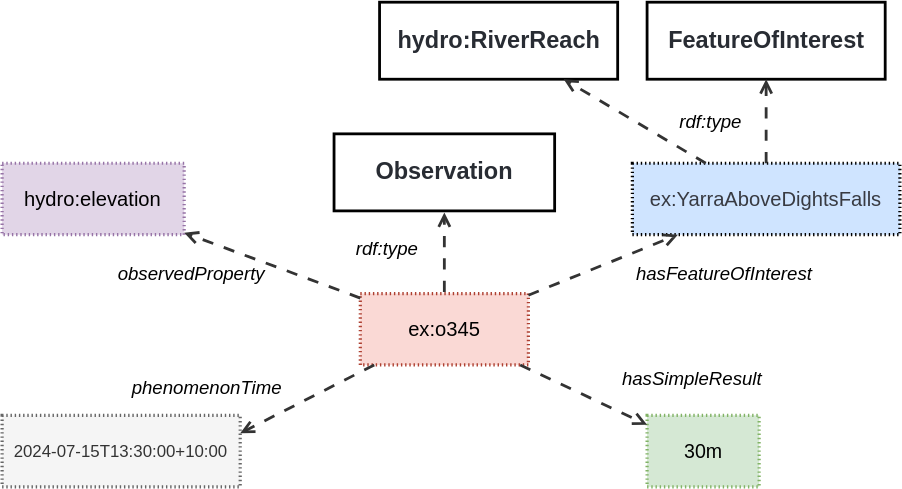
The draw.io diagram ssn/images/domain-feature-observed.svg in afeliachi/sdw-sosa-ssn, before a commit. Source tidied: cells renumbered, new cells last; positions are measured from the earlier drawing's top-left corner, leaving out a move shared by most shapes.
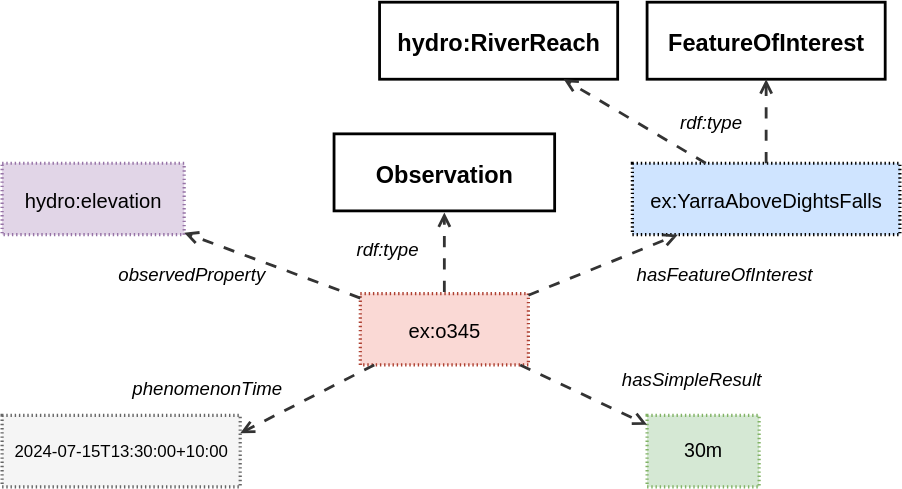
The same file after the commit.

What changed in the source:
```diff
@@ -2,67 +2,67 @@
   <root>
     <mxCell id="0" />
     <mxCell id="1" parent="0" />
-    <mxCell id="2" value="ex:o345" style="html=1;overflow=block;blockSpacing=1;whiteSpace=wrap;fontSize=14.4;fontFamily=Helvetica;align=center;spacing=0;strokeOpacity=100;fillOpacity=100;fillColor=#fad9d5;dashed=1;fixDash=1;dashPattern=1 2;strokeWidth=2.3;strokeColor=#ae4132;" parent="1" vertex="1">
+    <mxCell id="2" value="ex:o345" style="html=1;overflow=block;blockSpacing=1;whiteSpace=wrap;fontSize=14.4;fontFamily=Helvetica;align=center;spacing=0;strokeOpacity=100;fillOpacity=100;fillColor=#fad9d5;dashed=1;fixDash=1;dashPattern=1 2;strokeWidth=2.3;strokeColor=#ae4132;fontColor=default;convertToSvg=1;" parent="1" vertex="1">
       <mxGeometry x="255.8" y="208" width="120" height="51" as="geometry" />
     </mxCell>
-    <mxCell id="3" value="Observation" style="html=1;overflow=block;blockSpacing=1;whiteSpace=wrap;fontSize=16.8;fontColor=#282c33;fontStyle=1;align=center;spacing=0;strokeOpacity=100;fillOpacity=0;fillColor=#000000;strokeWidth=2;" parent="1" vertex="1">
+    <mxCell id="3" value="Observation" style="html=1;overflow=block;blockSpacing=1;whiteSpace=wrap;fontSize=16.8;fontColor=default;fontStyle=1;align=center;spacing=0;strokeOpacity=100;fillOpacity=0;fillColor=#000000;strokeWidth=2;convertToSvg=1;" parent="1" vertex="1">
       <mxGeometry x="237" y="94" width="157.5" height="55" as="geometry" />
     </mxCell>
-    <mxCell id="4" value="rdf:type" style="html=1;overflow=block;blockSpacing=1;whiteSpace=wrap;fontSize=13.3;fontStyle=2;align=left;spacing=3.8;verticalAlign=top;strokeColor=none;fillOpacity=0;fillColor=#ffffff;dashed=1;fixDash=1;dashPattern=16 6;strokeWidth=0;lucidId=0ZtLoD1I2n68;" parent="1" vertex="1">
+    <mxCell id="4" value="rdf:type" style="html=1;overflow=block;blockSpacing=1;whiteSpace=wrap;fontSize=13.3;fontStyle=2;align=left;spacing=3.8;verticalAlign=top;strokeColor=none;fillOpacity=0;fillColor=#ffffff;dashed=1;fixDash=1;dashPattern=16 6;strokeWidth=0;lucidId=0ZtLoD1I2n68;fontColor=default;convertToSvg=1;" parent="1" vertex="1">
       <mxGeometry x="250" y="166" width="70" height="28" as="geometry" />
     </mxCell>
-    <mxCell id="5" style="html=1;jettySize=18;whiteSpace=wrap;fontSize=13;strokeColor=#333333;strokeOpacity=100;dashed=1;fixDash=1;dashPattern=8 8;strokeWidth=2;rounded=0;startArrow=none;endArrow=open;exitX=0.5;exitY=-0.022;exitPerimeter=0;entryX=0.5;entryY=1.021;entryPerimeter=0;lucidId=0ZtLjH5MFli1;" parent="1" edge="1" source="2" target="3">
+    <mxCell id="5" style="html=1;jettySize=18;whiteSpace=wrap;fontSize=13;strokeColor=#333333;strokeOpacity=100;dashed=1;fixDash=1;dashPattern=8 8;strokeWidth=2;rounded=0;startArrow=none;endArrow=open;exitX=0.5;exitY=-0.022;exitPerimeter=0;entryX=0.5;entryY=1.021;entryPerimeter=0;lucidId=0ZtLjH5MFli1;fontColor=default;convertToSvg=1;" parent="1" edge="1" source="2" target="3">
       <mxGeometry relative="1" as="geometry" />
     </mxCell>
-    <mxCell id="6" value="ex:YarraAboveDightsFalls" style="html=1;overflow=block;blockSpacing=1;whiteSpace=wrap;fontSize=14.4;fontFamily=Helvetica;fontColor=#383a42;align=center;spacing=0;strokeOpacity=100;fillOpacity=100;fillColor=#cfe4ff;dashed=1;fixDash=1;dashPattern=1 2;strokeWidth=2.3;" parent="1" vertex="1">
+    <mxCell id="6" value="ex:YarraAboveDightsFalls" style="html=1;overflow=block;blockSpacing=1;whiteSpace=wrap;fontSize=14.4;fontFamily=Helvetica;fontColor=default;align=center;spacing=0;strokeOpacity=100;fillOpacity=100;fillColor=#cfe4ff;dashed=1;fixDash=1;dashPattern=1 2;strokeWidth=2.3;convertToSvg=1;" parent="1" vertex="1">
       <mxGeometry x="450" y="115" width="191" height="51" as="geometry" />
     </mxCell>
-    <mxCell id="7" value="hydro:elevation" style="html=1;overflow=block;blockSpacing=1;whiteSpace=wrap;fontSize=14.4;fontFamily=Helvetica;align=center;spacing=0;strokeOpacity=100;fillOpacity=100;fillColor=#e1d5e7;dashed=1;fixDash=1;dashPattern=1 2;strokeWidth=2.3;strokeColor=#9673a6;" parent="1" vertex="1">
+    <mxCell id="7" value="hydro:elevation" style="html=1;overflow=block;blockSpacing=1;whiteSpace=wrap;fontSize=14.4;fontFamily=Helvetica;align=center;spacing=0;strokeOpacity=100;fillOpacity=100;fillColor=#e1d5e7;dashed=1;fixDash=1;dashPattern=1 2;strokeWidth=2.3;strokeColor=#9673a6;fontColor=default;convertToSvg=1;" parent="1" vertex="1">
       <mxGeometry y="115" width="130" height="51" as="geometry" />
     </mxCell>
-    <mxCell id="8" value="&lt;font style=&quot;font-size: 12px;&quot;&gt;2024-07-15T13:30:00+10:00&lt;/font&gt;" style="html=1;overflow=block;blockSpacing=1;whiteSpace=wrap;fontSize=10;fontFamily=Helvetica;fontColor=#333333;align=center;spacing=0;strokeOpacity=100;fillOpacity=100;fillColor=#f5f5f5;dashed=1;fixDash=1;dashPattern=1 2;strokeWidth=2.3;strokeColor=#666666;" parent="1" vertex="1">
+    <mxCell id="8" value="&lt;font style=&quot;font-size: 12px;&quot;&gt;2024-07-15T13:30:00+10:00&lt;/font&gt;" style="html=1;overflow=block;blockSpacing=1;whiteSpace=wrap;fontSize=10;fontFamily=Helvetica;fontColor=default;align=center;spacing=0;strokeOpacity=100;fillOpacity=100;fillColor=#f5f5f5;dashed=1;fixDash=1;dashPattern=1 2;strokeWidth=2.3;strokeColor=#666666;convertToSvg=1;" parent="1" vertex="1">
       <mxGeometry y="295" width="170" height="51" as="geometry" />
     </mxCell>
-    <mxCell id="9" style="html=1;jettySize=18;whiteSpace=wrap;fontSize=13;strokeColor=#333333;strokeOpacity=100;dashed=1;fixDash=1;dashPattern=8 8;strokeWidth=2;rounded=0;startArrow=none;endArrow=open;lucidId=0ZtL0HBQd7HC;" parent="1" edge="1" source="2" target="6">
+    <mxCell id="9" style="html=1;jettySize=18;whiteSpace=wrap;fontSize=13;strokeColor=#333333;strokeOpacity=100;dashed=1;fixDash=1;dashPattern=8 8;strokeWidth=2;rounded=0;startArrow=none;endArrow=open;lucidId=0ZtL0HBQd7HC;fontColor=default;convertToSvg=1;" parent="1" edge="1" source="2" target="6">
       <mxGeometry relative="1" as="geometry" />
     </mxCell>
-    <mxCell id="10" style="html=1;jettySize=18;whiteSpace=wrap;fontSize=13;strokeColor=#333333;strokeOpacity=100;dashed=1;fixDash=1;dashPattern=8 8;strokeWidth=2;rounded=0;startArrow=none;endArrow=open;lucidId=0ZtL0HBQd7HC;" parent="1" edge="1" source="2" target="7">
+    <mxCell id="10" style="html=1;jettySize=18;whiteSpace=wrap;fontSize=13;strokeColor=#333333;strokeOpacity=100;dashed=1;fixDash=1;dashPattern=8 8;strokeWidth=2;rounded=0;startArrow=none;endArrow=open;lucidId=0ZtL0HBQd7HC;fontColor=default;convertToSvg=1;" parent="1" edge="1" source="2" target="7">
       <mxGeometry relative="1" as="geometry" />
     </mxCell>
-    <mxCell id="11" style="html=1;jettySize=18;whiteSpace=wrap;fontSize=13;strokeColor=#333333;strokeOpacity=100;dashed=1;fixDash=1;dashPattern=8 8;strokeWidth=2;rounded=0;startArrow=none;endArrow=open;lucidId=0ZtL0HBQd7HC;entryX=1;entryY=0.25;entryDx=0;entryDy=0;" parent="1" edge="1" source="2" target="8">
+    <mxCell id="11" style="html=1;jettySize=18;whiteSpace=wrap;fontSize=13;strokeColor=#333333;strokeOpacity=100;dashed=1;fixDash=1;dashPattern=8 8;strokeWidth=2;rounded=0;startArrow=none;endArrow=open;lucidId=0ZtL0HBQd7HC;entryX=1;entryY=0.25;entryDx=0;entryDy=0;fontColor=default;convertToSvg=1;" parent="1" edge="1" source="2" target="8">
       <mxGeometry relative="1" as="geometry" />
     </mxCell>
-    <mxCell id="12" value="phenomenonTime" style="html=1;overflow=block;blockSpacing=1;whiteSpace=wrap;fontSize=13.3;fontStyle=2;align=left;spacing=3.8;verticalAlign=top;strokeColor=none;fillOpacity=0;fillColor=#ffffff;dashed=1;fixDash=1;dashPattern=16 6;strokeWidth=0;lucidId=0ZtLjIqilOCG;" parent="1" vertex="1">
+    <mxCell id="12" value="phenomenonTime" style="html=1;overflow=block;blockSpacing=1;whiteSpace=wrap;fontSize=13.3;fontStyle=2;align=left;spacing=3.8;verticalAlign=top;strokeColor=none;fillOpacity=0;fillColor=#ffffff;dashed=1;fixDash=1;dashPattern=16 6;strokeWidth=0;lucidId=0ZtLjIqilOCG;fontColor=default;convertToSvg=1;" parent="1" vertex="1">
       <mxGeometry x="90" y="265" width="101" height="24" as="geometry" />
     </mxCell>
-    <mxCell id="13" value="observedProperty" style="html=1;overflow=block;blockSpacing=1;whiteSpace=wrap;fontSize=13.3;fontStyle=2;align=left;spacing=3.8;verticalAlign=top;strokeColor=none;fillOpacity=0;fillColor=#ffffff;dashed=1;fixDash=1;dashPattern=16 6;strokeWidth=0;lucidId=0ZtLjIqilOCG;" parent="1" vertex="1">
+    <mxCell id="13" value="observedProperty" style="html=1;overflow=block;blockSpacing=1;whiteSpace=wrap;fontSize=13.3;fontStyle=2;align=left;spacing=3.8;verticalAlign=top;strokeColor=none;fillOpacity=0;fillColor=#ffffff;dashed=1;fixDash=1;dashPattern=16 6;strokeWidth=0;lucidId=0ZtLjIqilOCG;fontColor=default;convertToSvg=1;" parent="1" vertex="1">
       <mxGeometry x="80" y="184" width="101" height="24" as="geometry" />
     </mxCell>
-    <mxCell id="14" value="hasFeatureOfInterest" style="html=1;overflow=block;blockSpacing=1;whiteSpace=wrap;fontSize=13.3;fontStyle=2;align=left;spacing=3.8;verticalAlign=top;strokeColor=none;fillOpacity=0;fillColor=#ffffff;dashed=1;fixDash=1;dashPattern=16 6;strokeWidth=0;lucidId=0ZtLjIqilOCG;" parent="1" vertex="1">
+    <mxCell id="14" value="hasFeatureOfInterest" style="html=1;overflow=block;blockSpacing=1;whiteSpace=wrap;fontSize=13.3;fontStyle=2;align=left;spacing=3.8;verticalAlign=top;strokeColor=none;fillOpacity=0;fillColor=#ffffff;dashed=1;fixDash=1;dashPattern=16 6;strokeWidth=0;lucidId=0ZtLjIqilOCG;fontColor=default;convertToSvg=1;" parent="1" vertex="1">
       <mxGeometry x="450" y="184" width="101" height="24" as="geometry" />
     </mxCell>
-    <mxCell id="15" value="&lt;font style=&quot;font-size: 14px;&quot;&gt;30m&lt;/font&gt;" style="html=1;overflow=block;blockSpacing=1;whiteSpace=wrap;fontSize=10;fontFamily=Helvetica;align=center;spacing=0;strokeOpacity=100;fillOpacity=100;fillColor=#d5e8d4;dashed=1;fixDash=1;dashPattern=1 2;strokeWidth=2.3;strokeColor=#82b366;" parent="1" vertex="1">
+    <mxCell id="15" value="&lt;font style=&quot;font-size: 14px;&quot;&gt;30m&lt;/font&gt;" style="html=1;overflow=block;blockSpacing=1;whiteSpace=wrap;fontSize=10;fontFamily=Helvetica;align=center;spacing=0;strokeOpacity=100;fillOpacity=100;fillColor=#d5e8d4;dashed=1;fixDash=1;dashPattern=1 2;strokeWidth=2.3;strokeColor=#82b366;fontColor=default;convertToSvg=1;" parent="1" vertex="1">
       <mxGeometry x="460.5" y="295" width="80" height="51" as="geometry" />
     </mxCell>
-    <mxCell id="16" style="html=1;jettySize=18;whiteSpace=wrap;fontSize=13;strokeColor=#333333;strokeOpacity=100;dashed=1;fixDash=1;dashPattern=8 8;strokeWidth=2;rounded=0;startArrow=none;endArrow=open;lucidId=0ZtL0HBQd7HC;" parent="1" edge="1" source="2" target="15">
+    <mxCell id="16" style="html=1;jettySize=18;whiteSpace=wrap;fontSize=13;strokeColor=#333333;strokeOpacity=100;dashed=1;fixDash=1;dashPattern=8 8;strokeWidth=2;rounded=0;startArrow=none;endArrow=open;lucidId=0ZtL0HBQd7HC;fontColor=default;convertToSvg=1;" parent="1" edge="1" source="2" target="15">
       <mxGeometry relative="1" as="geometry" />
     </mxCell>
-    <mxCell id="17" value="hasSimpleResult" style="html=1;overflow=block;blockSpacing=1;whiteSpace=wrap;fontSize=13.3;fontStyle=2;align=left;spacing=3.8;verticalAlign=top;strokeColor=none;fillOpacity=0;fillColor=#ffffff;dashed=1;fixDash=1;dashPattern=16 6;strokeWidth=0;lucidId=0ZtLjIqilOCG;" parent="1" vertex="1">
+    <mxCell id="17" value="hasSimpleResult" style="html=1;overflow=block;blockSpacing=1;whiteSpace=wrap;fontSize=13.3;fontStyle=2;align=left;spacing=3.8;verticalAlign=top;strokeColor=none;fillOpacity=0;fillColor=#ffffff;dashed=1;fixDash=1;dashPattern=16 6;strokeWidth=0;lucidId=0ZtLjIqilOCG;fontColor=default;convertToSvg=1;" parent="1" vertex="1">
       <mxGeometry x="439.5" y="259" width="101" height="24" as="geometry" />
     </mxCell>
-    <mxCell id="18" value="FeatureOfInterest" style="html=1;overflow=block;blockSpacing=1;whiteSpace=wrap;fontSize=16.8;fontColor=#282c33;fontStyle=1;align=center;spacing=0;strokeOpacity=100;fillOpacity=0;fillColor=#000000;strokeWidth=2;" parent="1" vertex="1">
+    <mxCell id="18" value="FeatureOfInterest" style="html=1;overflow=block;blockSpacing=1;whiteSpace=wrap;fontSize=16.8;fontColor=default;fontStyle=1;align=center;spacing=0;strokeOpacity=100;fillOpacity=0;fillColor=#000000;strokeWidth=2;convertToSvg=1;" parent="1" vertex="1">
       <mxGeometry x="460.5" width="170" height="55" as="geometry" />
     </mxCell>
-    <mxCell id="19" style="html=1;jettySize=18;whiteSpace=wrap;fontSize=13;strokeColor=#333333;strokeOpacity=100;dashed=1;fixDash=1;dashPattern=8 8;strokeWidth=2;rounded=0;startArrow=none;endArrow=open;lucidId=0ZtLjH5MFli1;" parent="1" edge="1" source="6" target="18">
+    <mxCell id="19" style="html=1;jettySize=18;whiteSpace=wrap;fontSize=13;strokeColor=#333333;strokeOpacity=100;dashed=1;fixDash=1;dashPattern=8 8;strokeWidth=2;rounded=0;startArrow=none;endArrow=open;lucidId=0ZtLjH5MFli1;fontColor=default;convertToSvg=1;" parent="1" edge="1" source="6" target="18">
       <mxGeometry relative="1" as="geometry" />
     </mxCell>
-    <mxCell id="20" value="rdf:type" style="html=1;overflow=block;blockSpacing=1;whiteSpace=wrap;fontSize=13.3;fontStyle=2;align=left;spacing=3.8;verticalAlign=top;strokeColor=none;fillOpacity=0;fillColor=#ffffff;dashed=1;fixDash=1;dashPattern=16 6;strokeWidth=0;lucidId=0ZtLoD1I2n68;" parent="1" vertex="1">
+    <mxCell id="20" value="rdf:type" style="html=1;overflow=block;blockSpacing=1;whiteSpace=wrap;fontSize=13.3;fontStyle=2;align=left;spacing=3.8;verticalAlign=top;strokeColor=none;fillOpacity=0;fillColor=#ffffff;dashed=1;fixDash=1;dashPattern=16 6;strokeWidth=0;lucidId=0ZtLoD1I2n68;fontColor=default;convertToSvg=1;" parent="1" vertex="1">
       <mxGeometry x="481" y="75" width="70" height="28" as="geometry" />
     </mxCell>
-    <mxCell id="21" value="hydro:RiverReach" style="html=1;overflow=block;blockSpacing=1;whiteSpace=wrap;fontSize=16.8;fontColor=#282c33;fontStyle=1;align=center;spacing=0;strokeOpacity=100;fillOpacity=0;fillColor=#000000;strokeWidth=2;" parent="1" vertex="1">
+    <mxCell id="21" value="hydro:RiverReach" style="html=1;overflow=block;blockSpacing=1;whiteSpace=wrap;fontSize=16.8;fontColor=default;fontStyle=1;align=center;spacing=0;strokeOpacity=100;fillOpacity=0;fillColor=#000000;strokeWidth=2;convertToSvg=1;" parent="1" vertex="1">
       <mxGeometry x="269.5" width="170" height="55" as="geometry" />
     </mxCell>
-    <mxCell id="22" style="html=1;jettySize=18;whiteSpace=wrap;fontSize=13;strokeColor=#333333;strokeOpacity=100;dashed=1;fixDash=1;dashPattern=8 8;strokeWidth=2;rounded=0;startArrow=none;endArrow=open;lucidId=0ZtLjH5MFli1;" parent="1" edge="1" source="6" target="21">
+    <mxCell id="22" style="html=1;jettySize=18;whiteSpace=wrap;fontSize=13;strokeColor=#333333;strokeOpacity=100;dashed=1;fixDash=1;dashPattern=8 8;strokeWidth=2;rounded=0;startArrow=none;endArrow=open;lucidId=0ZtLjH5MFli1;fontColor=default;convertToSvg=1;" parent="1" edge="1" source="6" target="21">
       <mxGeometry relative="1" as="geometry" />
     </mxCell>
   </root>
```
